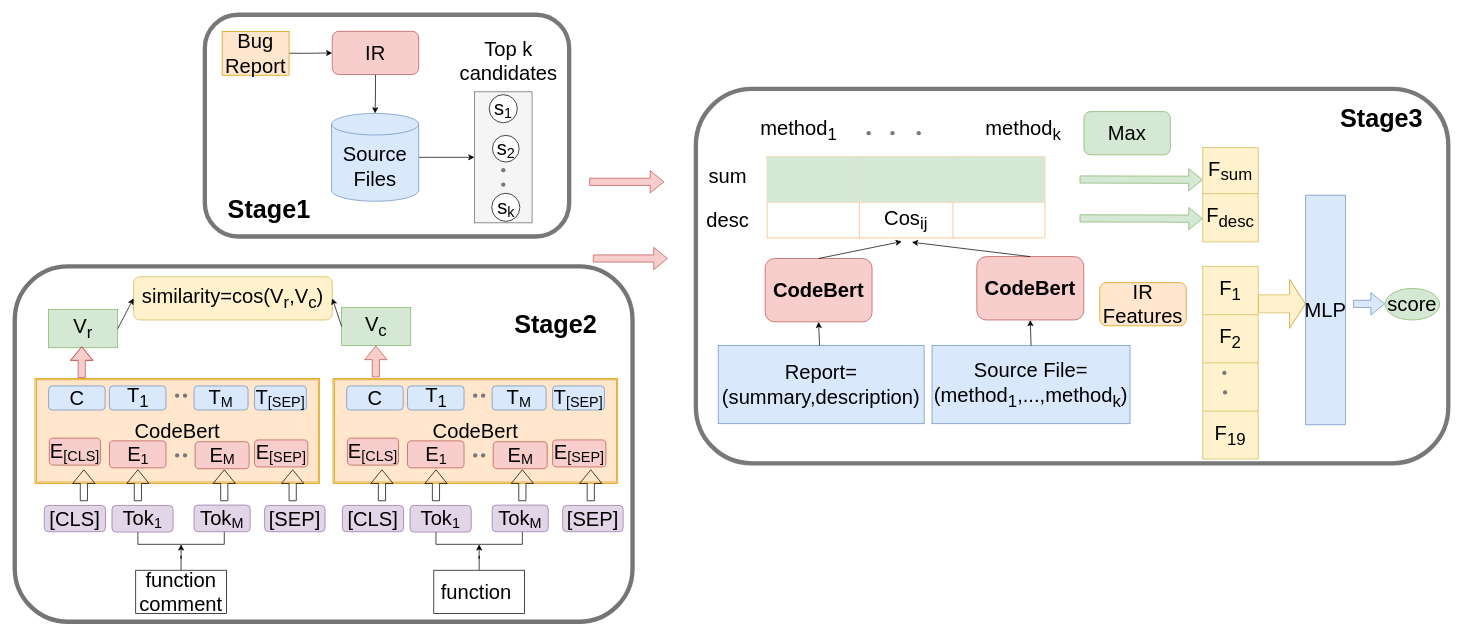
Earlier version of the draw.io diagram V2_Untitled Diagram.drawio (hangdj/BERT-PLI-IJCAI2020). Source tidied: cells renumbered, new cells numbered last; positions are measured from the earlier drawing's top-left corner, leaving out a move shared by most shapes. Both pictures are drawn from the tidied source at 72%, with x=0, y=0 at pixel (14, 14).
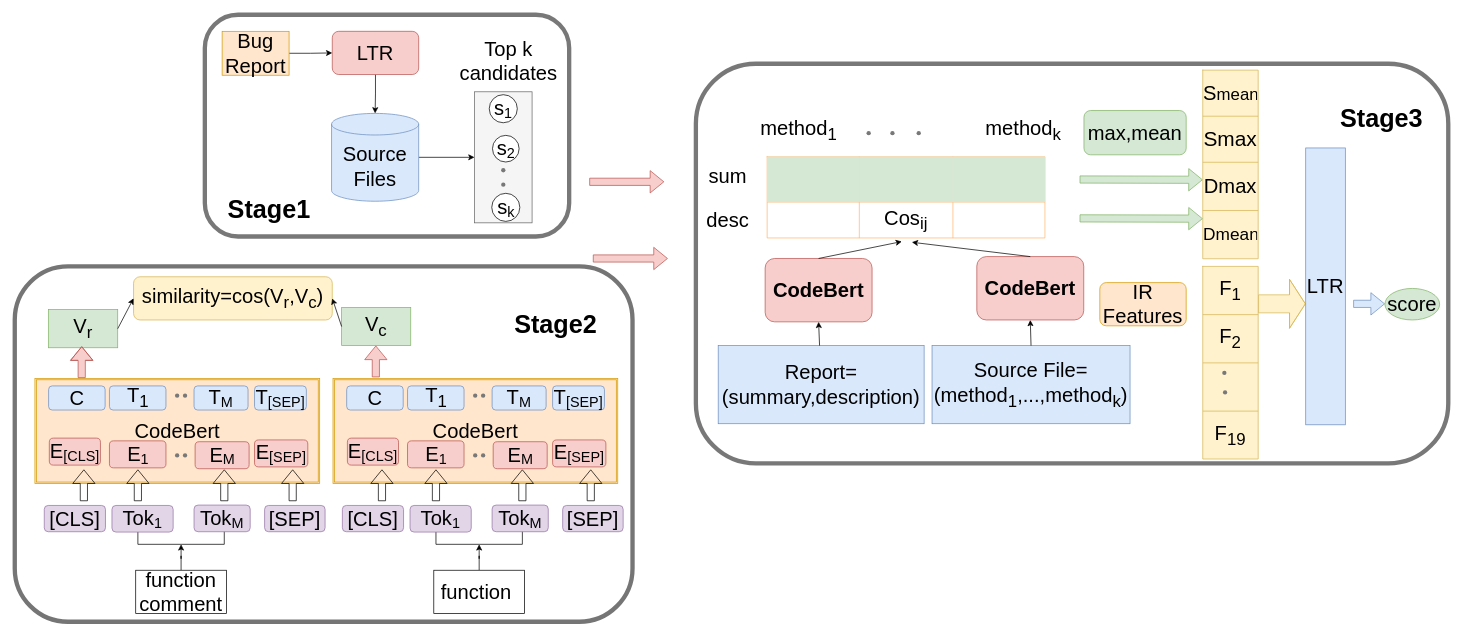
The same diagram, later.

Unchanged cells that the change refers to:
```xml
<mxCell id="59" style="shape=partialRectangle;html=1;whiteSpace=wrap;fillColor=none;top=0;left=0;bottom=0;right=0;" parent="58" vertex="1">
  <mxGeometry width="77" height="64" as="geometry" />
</mxCell>
```

Diff of the diagram source:
```diff
@@
     <mxCell id="2" style="rounded=1;whiteSpace=wrap;html=1;comic=0;strokeWidth=6;strokeColor=#787878;" parent="1" vertex="1">
-      <mxGeometry x="946" y="103" width="1045" height="520" as="geometry" />
+      <mxGeometry x="946" y="68" width="1045" height="555" as="geometry" />
     </mxCell>
@@
-    <mxCell id="11" value="&lt;font style=&quot;font-size: 28px&quot;&gt;IR&lt;/font&gt;" style="rounded=1;whiteSpace=wrap;html=1;fillColor=#f8cecc;strokeColor=#b85450;" parent="1" vertex="1">
+    <mxCell id="11" value="&lt;font style=&quot;font-size: 28px&quot;&gt;LTR&lt;/font&gt;" style="rounded=1;whiteSpace=wrap;html=1;fillColor=#f8cecc;strokeColor=#b85450;" parent="1" vertex="1">
       <mxGeometry x="441" y="23" width="120" height="60" as="geometry" />
     </mxCell>
@@
-    <mxCell id="55" value="&lt;font style=&quot;font-size: 28px&quot;&gt;Max&lt;/font&gt;" style="rounded=1;whiteSpace=wrap;html=1;strokeColor=#82b366;strokeWidth=1;fillColor=#d5e8d4;" parent="1" vertex="1">
-      <mxGeometry x="1485" y="134.5" width="120" height="60" as="geometry" />
+    <mxCell id="55" value="&lt;font style=&quot;font-size: 28px&quot;&gt;max,mean&lt;/font&gt;" style="rounded=1;whiteSpace=wrap;html=1;strokeColor=#82b366;strokeWidth=1;fillColor=#d5e8d4;" parent="1" vertex="1">
+      <mxGeometry x="1485" y="133" width="142" height="61.5" as="geometry" />
     </mxCell>
@@
     <mxCell id="58" style="shape=table;html=1;whiteSpace=wrap;startSize=0;childLayout=tableLayout;strokeColor=#d6b656;strokeWidth=1;fillColor=#fff2cc;" parent="1" vertex="1">
-      <mxGeometry x="1650" y="184.5" width="77" height="131" as="geometry" />
+      <mxGeometry x="1650" y="76.9" width="77" height="262" as="geometry" />
     </mxCell>
@@
-    <mxCell id="60" value="&lt;font style=&quot;font-size: 28px&quot;&gt;&lt;font style=&quot;font-size: 28px&quot;&gt;F&lt;/font&gt;&lt;sub&gt;sum&lt;/sub&gt;&lt;/font&gt;" style="shape=partialRectangle;html=1;whiteSpace=wrap;fillColor=none;top=0;left=0;bottom=0;right=0;overflow=hidden;flipV=0;" parent="59" vertex="1">
+    <mxCell id="60" value="&lt;font&gt;&lt;font style=&quot;font-size: 28px&quot;&gt;S&lt;/font&gt;&lt;font style=&quot;font-size: 23.3333px&quot;&gt;mean&lt;/font&gt;&lt;/font&gt;" style="shape=partialRectangle;html=1;whiteSpace=wrap;fillColor=none;top=0;left=0;bottom=0;right=0;overflow=hidden;flipV=0;" parent="59" vertex="1">
       <mxGeometry width="77" height="64" as="geometry" />
     </mxCell>
+    <mxCell id="126" style="shape=partialRectangle;html=1;whiteSpace=wrap;fillColor=none;top=0;left=0;bottom=0;right=0;" parent="58" vertex="1">
+      <mxGeometry y="64" width="77" height="64" as="geometry" />
+    </mxCell>
+    <mxCell id="127" value="&lt;sub&gt;&lt;font style=&quot;font-size: 29px&quot;&gt;Smax&lt;/font&gt;&lt;/sub&gt;" style="shape=partialRectangle;html=1;whiteSpace=wrap;fillColor=none;top=0;left=0;bottom=0;right=0;overflow=hidden;flipV=0;" parent="126" vertex="1">
+      <mxGeometry width="77" height="64" as="geometry" />
+    </mxCell>
     <mxCell id="61" style="shape=partialRectangle;html=1;whiteSpace=wrap;fillColor=none;top=0;left=0;bottom=0;right=0;" parent="58" vertex="1">
-      <mxGeometry y="64" width="77" height="67" as="geometry" />
+      <mxGeometry y="128" width="77" height="67" as="geometry" />
     </mxCell>
-    <mxCell id="62" value="&lt;font style=&quot;font-size: 28px&quot;&gt;&lt;font style=&quot;font-size: 28px&quot;&gt;F&lt;/font&gt;&lt;font style=&quot;font-size: 28px&quot;&gt;&lt;sub&gt;desc&lt;/sub&gt;&lt;/font&gt;&lt;/font&gt;" style="shape=partialRectangle;html=1;whiteSpace=wrap;fillColor=none;top=0;left=0;bottom=0;right=0;overflow=hidden;flipV=0;" parent="61" vertex="1">
+    <mxCell id="62" value="&lt;font&gt;&lt;font&gt;&lt;sub&gt;&lt;span style=&quot;font-size: 28px&quot;&gt;Dmax&lt;/span&gt;&lt;/sub&gt;&lt;/font&gt;&lt;/font&gt;" style="shape=partialRectangle;html=1;whiteSpace=wrap;fillColor=none;top=0;left=0;bottom=0;right=0;overflow=hidden;flipV=0;" parent="61" vertex="1">
       <mxGeometry width="77" height="67" as="geometry" />
     </mxCell>
+    <mxCell id="128" style="shape=partialRectangle;html=1;whiteSpace=wrap;fillColor=none;top=0;left=0;bottom=0;right=0;" parent="58" vertex="1">
+      <mxGeometry y="195" width="77" height="67" as="geometry" />
+    </mxCell>
+    <mxCell id="129" value="&lt;font style=&quot;font-size: 24px&quot;&gt;Dmean&lt;/font&gt;" style="shape=partialRectangle;html=1;whiteSpace=wrap;fillColor=none;top=0;left=0;bottom=0;right=0;overflow=hidden;flipV=0;" parent="128" vertex="1">
+      <mxGeometry width="77" height="67" as="geometry" />
+    </mxCell>
@@
-    <mxCell id="77" value="&lt;p&gt;&lt;font style=&quot;font-size: 28px&quot;&gt;MLP&lt;/font&gt;&lt;/p&gt;" style="rounded=0;whiteSpace=wrap;html=1;comic=0;strokeColor=#6c8ebf;strokeWidth=1;fillColor=#dae8fc;" parent="1" vertex="1">
-      <mxGeometry x="1793" y="250.5" width="55" height="319" as="geometry" />
+    <mxCell id="77" value="&lt;p&gt;&lt;font style=&quot;font-size: 28px&quot;&gt;LTR&lt;/font&gt;&lt;/p&gt;" style="rounded=0;whiteSpace=wrap;html=1;comic=0;strokeColor=#6c8ebf;strokeWidth=1;fillColor=#dae8fc;" parent="1" vertex="1">
+      <mxGeometry x="1793" y="185" width="55" height="384.5" as="geometry" />
     </mxCell>
```
